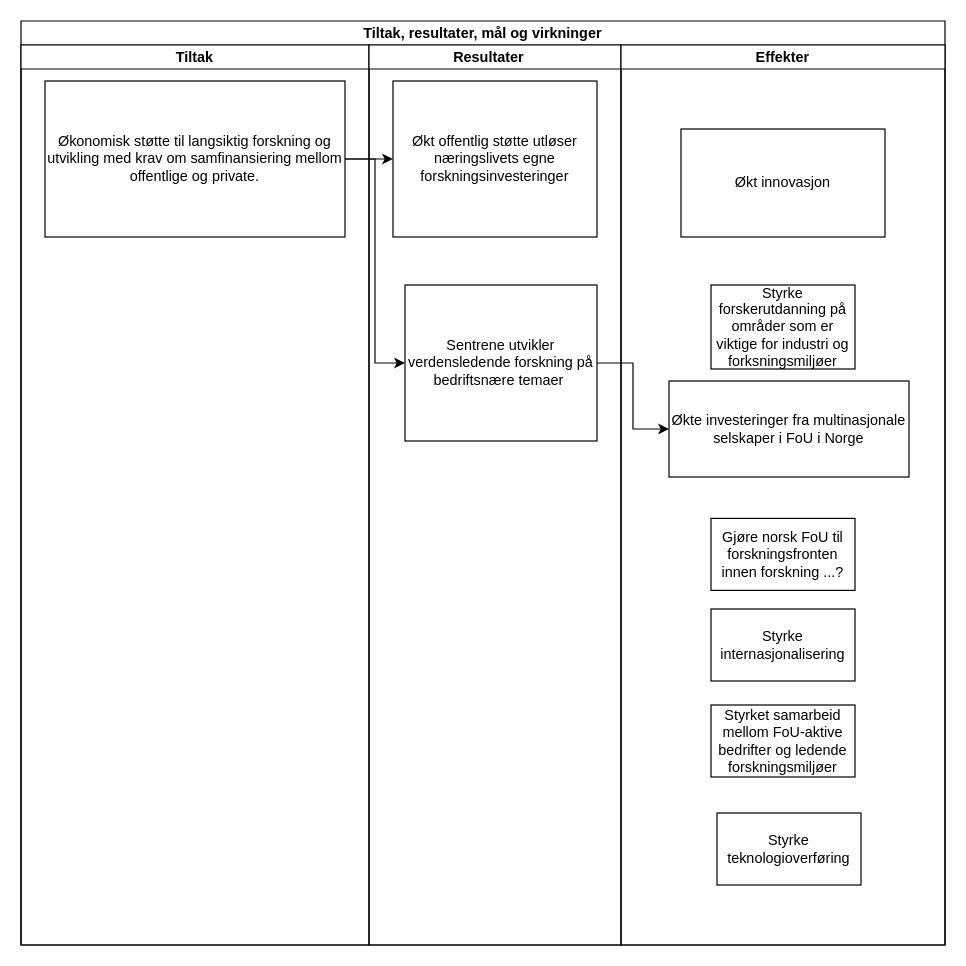
gardenberg/drawio_tegninger keeps this draw.io diagram as SFI_effektdiagram.drawio. Above is the earlier version. Source tidied: cells renumbered, new cells numbered last; positions are measured from the earlier drawing's top-left corner, leaving out a move shared by most shapes. Both pictures are drawn from the tidied source at 120%, with x=0, y=0 at pixel (20, 20).
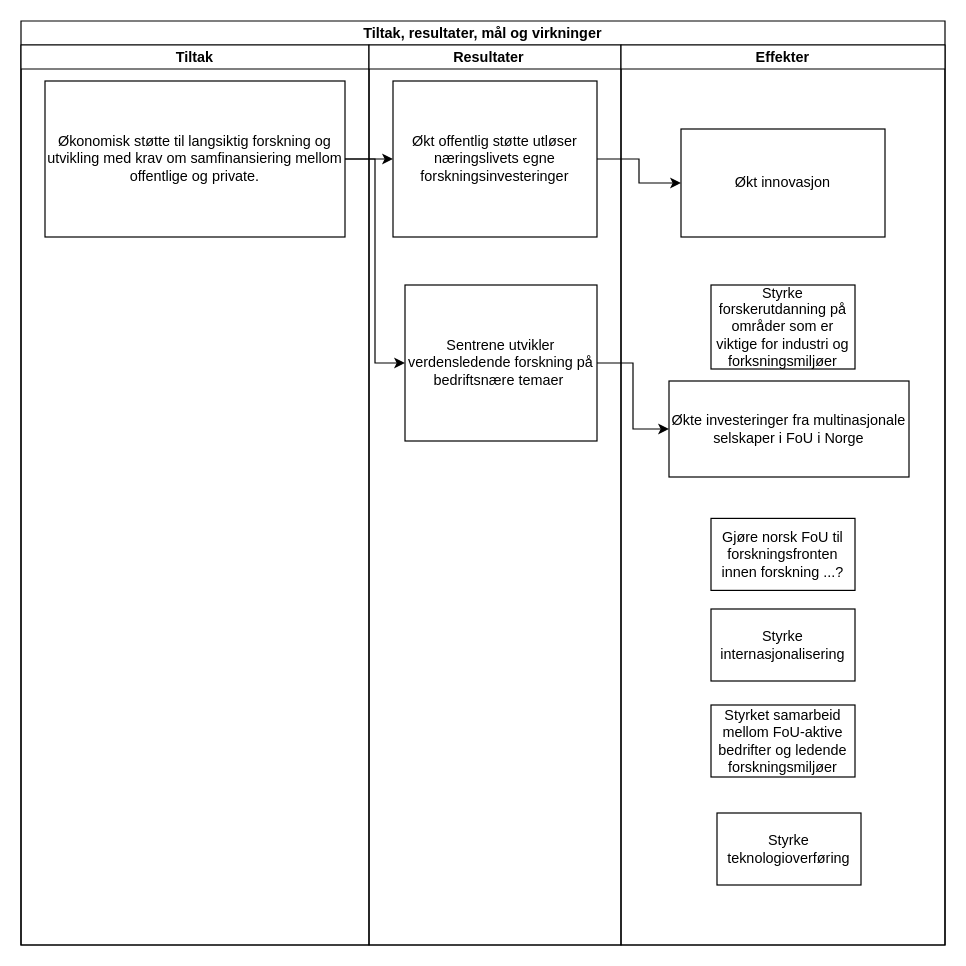
The same page after the edit.

The edit, as a diff of the source:
```diff
@@
 <mxGraphModel>
   <root>
     <mxCell id="0" />
     <mxCell id="1" parent="0" />
     <mxCell id="2" value="Tiltak, resultater, mål og virkninger" style="swimlane;startSize=20;" parent="1" vertex="1">
       <mxGeometry width="770" height="770" as="geometry" />
     </mxCell>
     <mxCell id="3" value="Tiltak" style="swimlane;startSize=20;" parent="2" vertex="1">
       <mxGeometry y="20" width="290" height="750" as="geometry" />
     </mxCell>
     <mxCell id="4" value="Økonomisk støtte til langsiktig forskning og utvikling med krav om samfinansiering mellom offentlige og private." style="whiteSpace=wrap;html=1;" parent="3" vertex="1">
       <mxGeometry x="20" y="30" width="250" height="130" as="geometry" />
     </mxCell>
     <mxCell id="5" value="Resultater   " style="swimlane;startSize=20;" parent="2" vertex="1">
       <mxGeometry x="290" y="20" width="210" height="750" as="geometry" />
     </mxCell>
     <mxCell id="6" value="Økt offentlig støtte utløser næringslivets egne forskningsinvesteringer" style="whiteSpace=wrap;html=1;" parent="5" vertex="1">
       <mxGeometry x="20" y="30" width="170" height="130" as="geometry" />
     </mxCell>
     <mxCell id="7" style="edgeStyle=orthogonalEdgeStyle;rounded=0;jettySize=auto;html=1;" parent="2" edge="1" source="4" target="6">
       <mxGeometry relative="1" as="geometry" />
     </mxCell>
     <mxCell id="8" value="Effekter" style="swimlane;startSize=20;" parent="2" vertex="1">
       <mxGeometry x="500" y="20" width="270" height="750" as="geometry" />
     </mxCell>
     <mxCell id="9" value="Styrke internasjonalisering" style="whiteSpace=wrap;html=1;" parent="8" vertex="1">
       <mxGeometry x="75" y="470" width="120" height="60" as="geometry" />
     </mxCell>
     <mxCell id="10" value="Styrke forskerutdanning på områder som er viktige for industri og forksningsmiljøer" style="whiteSpace=wrap;html=1;" parent="8" vertex="1">
       <mxGeometry x="75" y="200" width="120" height="70" as="geometry" />
     </mxCell>
     <mxCell id="11" value="Økt innovasjon" style="whiteSpace=wrap;html=1;" parent="8" vertex="1">
       <mxGeometry x="50" y="70" width="170" height="90" as="geometry" />
     </mxCell>
     <mxCell id="12" value="Økte investeringer fra multinasjonale selskaper i FoU i Norge" style="whiteSpace=wrap;html=1;" parent="8" vertex="1">
       <mxGeometry x="40" y="280" width="200" height="80" as="geometry" />
     </mxCell>
     <mxCell id="13" value="Gjøre norsk FoU til forskningsfronten innen forskning ...?" style="whiteSpace=wrap;html=1;" parent="8" vertex="1">
       <mxGeometry x="75" y="394.5" width="120" height="60" as="geometry" />
     </mxCell>
     <mxCell id="14" value="Styrket samarbeid mellom FoU-aktive bedrifter og ledende forskningsmiljøer" style="whiteSpace=wrap;html=1;" parent="8" vertex="1">
       <mxGeometry x="75" y="550" width="120" height="60" as="geometry" />
     </mxCell>
     <mxCell id="15" value="Styrke teknologioverføring" style="whiteSpace=wrap;html=1;" parent="8" vertex="1">
       <mxGeometry x="80" y="640" width="120" height="60" as="geometry" />
     </mxCell>
+    <mxCell id="19" style="edgeStyle=orthogonalEdgeStyle;rounded=0;jettySize=auto;html=1;" parent="2" edge="1" source="6" target="11">
+      <mxGeometry relative="1" as="geometry" />
+    </mxCell>
     <mxCell id="16" style="edgeStyle=orthogonalEdgeStyle;rounded=0;jettySize=auto;html=1;" parent="1" edge="1" source="17" target="12">
       <mxGeometry relative="1" as="geometry" />
     </mxCell>
     <mxCell id="17" value="Sentrene utvikler verdensledende forskning på bedriftsnære temaer&amp;nbsp;" style="whiteSpace=wrap;html=1;" parent="1" vertex="1">
       <mxGeometry x="320" y="220" width="160" height="130" as="geometry" />
     </mxCell>
     <mxCell id="18" style="edgeStyle=orthogonalEdgeStyle;rounded=0;jettySize=auto;html=1;entryX=0;entryY=0.5;entryDx=0;entryDy=0;" parent="1" edge="1" source="4" target="17">
       <mxGeometry relative="1" as="geometry" />
     </mxCell>
   </root>
 </mxGraphModel>
```
